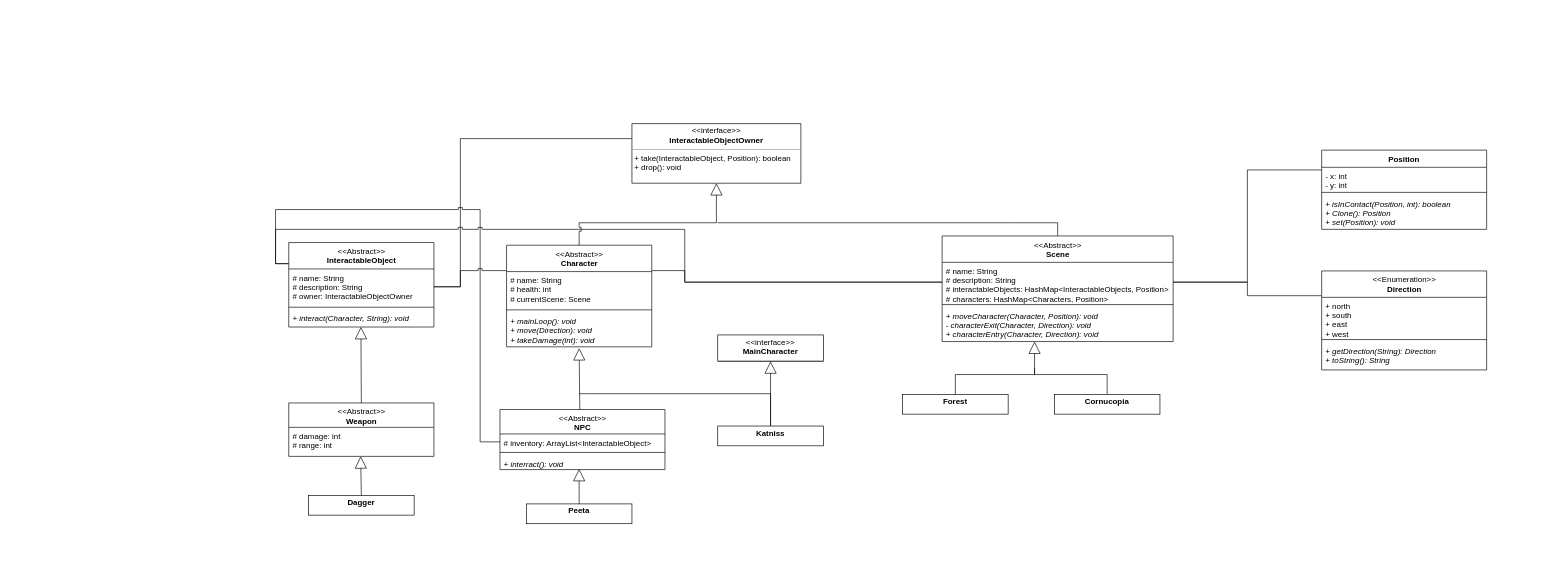
Earlier version of the draw.io diagram ClassDiagram.drawio (Hussain-Aziz/Hunger-Games-Simulator). Source tidied: cells renumbered, new cells numbered last; positions are measured from the earlier drawing's top-left corner, leaving out a move shared by most shapes. Both pictures are drawn from the tidied source at 66%, with x=0, y=0 at pixel (275, 123).
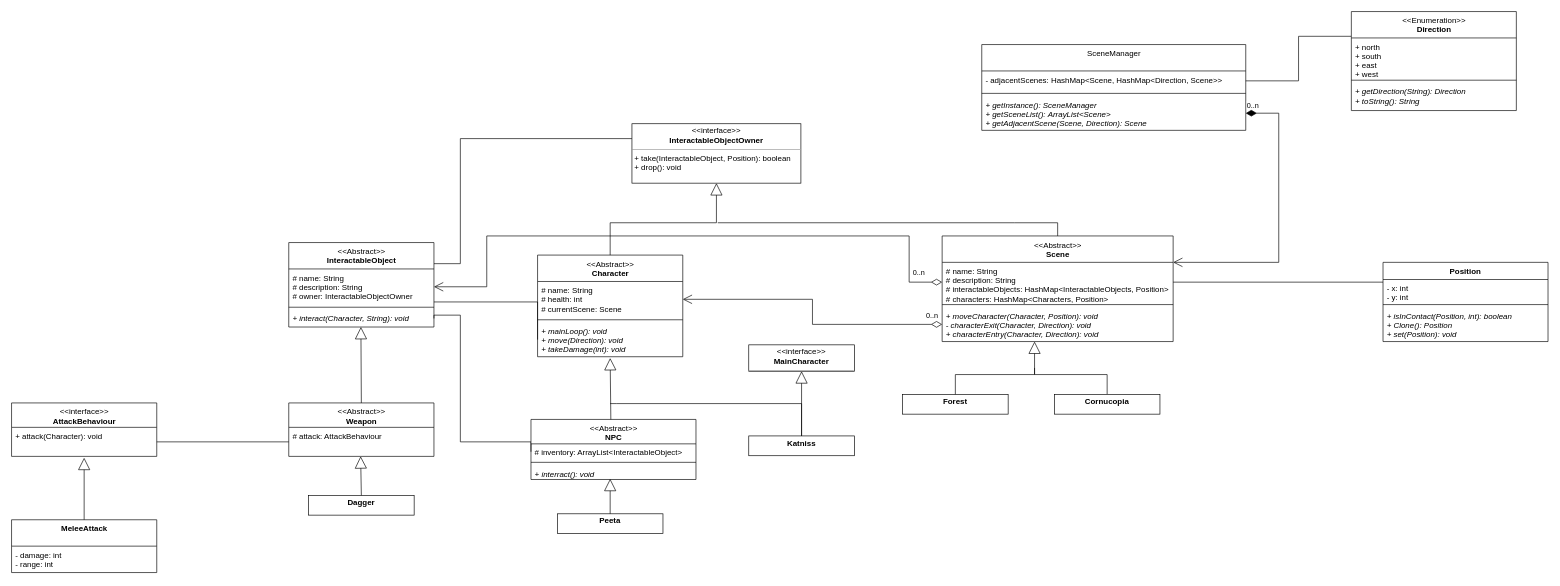
The same diagram, later.

The change refers to these unchanged cells:
```xml
<mxCell id="3" value="&lt;p style=&quot;margin:0px;margin-top:4px;text-align:center;&quot;&gt;&amp;lt;&amp;lt;interface&amp;gt;&amp;gt;&lt;br&gt;&lt;b&gt;InteractableObjectOwner&lt;/b&gt;&lt;/p&gt;&lt;hr size=&quot;1&quot;&gt;&lt;p style=&quot;margin:0px;margin-left:4px;&quot;&gt;+ take(InteractableObject, Position): boolean&lt;/p&gt;&lt;p style=&quot;margin:0px;margin-left:4px;&quot;&gt;+ drop(): void&lt;/p&gt;" style="verticalAlign=top;align=left;overflow=fill;fontSize=12;fontFamily=Helvetica;html=1;" parent="1" vertex="1">
  <mxGeometry x="540" width="256" height="90" as="geometry" />
</mxCell>
<mxCell id="7" value="&lt;span style=&quot;font-weight: normal;&quot;&gt;&amp;lt;&amp;lt;Abstract&amp;gt;&amp;gt;&lt;/span&gt;&lt;br&gt;InteractableObject" style="swimlane;fontStyle=1;align=center;verticalAlign=top;horizontal=1;startSize=40;html=1;" parent="1" vertex="1">
  <mxGeometry x="20" y="180" width="220" height="128" as="geometry" />
</mxCell>
<mxCell id="8" value="# name: String&#10;# description: String&#10;# owner: InteractableObjectOwner" style="text;strokeColor=none;fillColor=none;align=left;verticalAlign=top;spacingLeft=4;spacingRight=4;overflow=hidden;points=[[0,0.5],[1,0.5]];portConstraint=eastwest;" parent="7" vertex="1">
  <mxGeometry y="40" width="220" height="54" as="geometry" />
</mxCell>
<mxCell id="10" value="+ interact(Character, String): void" style="text;strokeColor=none;fillColor=none;align=left;verticalAlign=top;spacingLeft=4;spacingRight=4;overflow=hidden;points=[[0,0.5],[1,0.5]];portConstraint=eastwest;fontStyle=2;" parent="7" vertex="1">
  <mxGeometry y="102" width="220" height="26" as="geometry" />
</mxCell>
<mxCell id="11" value="&lt;span style=&quot;font-weight: normal;&quot;&gt;&amp;lt;&amp;lt;Abstract&amp;gt;&amp;gt;&lt;/span&gt;&lt;br&gt;Weapon" style="swimlane;fontStyle=1;align=center;verticalAlign=top;horizontal=1;startSize=37;html=1;" parent="1" vertex="1">
  <mxGeometry x="20" y="423" width="220" height="81" as="geometry" />
</mxCell>
<mxCell id="17" value="# name: String&#10;# health: int&#10;# currentScene: Scene" style="text;strokeColor=none;fillColor=none;align=left;verticalAlign=top;spacingLeft=4;spacingRight=4;overflow=hidden;points=[[0,0.5],[1,0.5]];portConstraint=eastwest;" parent="16" vertex="1">
  <mxGeometry y="40" width="220" height="54" as="geometry" />
</mxCell>
<mxCell id="19" value="+ mainLoop(): void&#10;+ move(Direction): void&#10;+ takeDamage(int): void" style="text;strokeColor=none;fillColor=none;align=left;verticalAlign=top;spacingLeft=4;spacingRight=4;overflow=hidden;points=[[0,0.5],[1,0.5]];portConstraint=eastwest;fontStyle=2;" parent="16" vertex="1">
  <mxGeometry y="102" width="220" height="52" as="geometry" />
</mxCell>
<mxCell id="21" value="# inventory: ArrayList&lt;InteractableObject&gt;" style="text;strokeColor=none;fillColor=none;align=left;verticalAlign=top;spacingLeft=4;spacingRight=4;overflow=hidden;points=[[0,0.5],[1,0.5]];portConstraint=eastwest;" parent="20" vertex="1">
  <mxGeometry y="37" width="250" height="24" as="geometry" />
</mxCell>
<mxCell id="34" value="&lt;span style=&quot;font-weight: normal;&quot;&gt;&amp;lt;&amp;lt;Abstract&amp;gt;&amp;gt;&lt;/span&gt;&lt;br&gt;Scene" style="swimlane;fontStyle=1;align=center;verticalAlign=top;horizontal=1;startSize=40;html=1;" parent="1" vertex="1">
  <mxGeometry x="1010" y="170" width="350" height="160" as="geometry" />
</mxCell>
<mxCell id="35" value="# name: String&#10;# description: String&#10;# interactableObjects: HashMap&lt;InteractableObjects, Position&gt;&#10;# characters: HashMap&lt;Characters, Position&gt;&#10;# sceneSize: int" style="text;strokeColor=none;fillColor=none;align=left;verticalAlign=top;spacingLeft=4;spacingRight=4;overflow=hidden;points=[[0,0.5],[1,0.5]];portConstraint=eastwest;" parent="34" vertex="1">
  <mxGeometry y="40" width="350" height="60" as="geometry" />
</mxCell>
<mxCell id="37" value="+ moveCharacter(Character, Position): void&#10;- characterExit(Character, Direction): void&#10;+ characterEntry(Character, Direction): void" style="text;strokeColor=none;fillColor=none;align=left;verticalAlign=top;spacingLeft=4;spacingRight=4;overflow=hidden;points=[[0,0.5],[1,0.5]];portConstraint=eastwest;fontStyle=2;" parent="34" vertex="1">
  <mxGeometry y="108" width="350" height="52" as="geometry" />
</mxCell>
```

The edit, as a diff of the source:
```diff
@@
-    <mxCell id="2" style="edgeStyle=orthogonalEdgeStyle;rounded=0;jettySize=auto;html=1;exitX=0;exitY=0.25;exitDx=0;exitDy=0;entryX=1;entryY=0.5;entryDx=0;entryDy=0;endArrow=none;endFill=0;jumpStyle=sharp;" parent="1" edge="1" source="3" target="8">
+    <mxCell id="2" style="edgeStyle=orthogonalEdgeStyle;rounded=0;jettySize=auto;html=1;exitX=0;exitY=0.25;exitDx=0;exitDy=0;entryX=1;entryY=0.25;entryDx=0;entryDy=0;endArrow=none;endFill=0;jumpStyle=sharp;" parent="1" edge="1" source="3" target="7">
       <mxGeometry relative="1" as="geometry">
         <Array as="points">
-          <mxPoint x="280" y="22" />
-          <mxPoint x="280" y="247" />
+          <mxPoint x="280" y="23" />
+          <mxPoint x="280" y="212" />
         </Array>
       </mxGeometry>
     </mxCell>
@@
     <mxCell id="4" value="&lt;p style=&quot;margin:0px;margin-top:4px;text-align:center;&quot;&gt;&amp;lt;&amp;lt;interface&amp;gt;&amp;gt;&lt;br&gt;&lt;b&gt;MainCharacter&lt;/b&gt;&lt;/p&gt;&lt;hr size=&quot;1&quot;&gt;&lt;p style=&quot;margin:0px;margin-left:4px;&quot;&gt;&lt;br&gt;&lt;/p&gt;" style="verticalAlign=top;align=left;overflow=fill;fontSize=12;fontFamily=Helvetica;html=1;" parent="1" vertex="1">
-      <mxGeometry x="670" y="320" width="160" height="40" as="geometry" />
+      <mxGeometry x="717" y="335" width="160" height="40" as="geometry" />
     </mxCell>
-    <mxCell id="5" style="edgeStyle=orthogonalEdgeStyle;rounded=0;jettySize=auto;html=1;exitX=0;exitY=0.25;exitDx=0;exitDy=0;entryX=0;entryY=0.5;entryDx=0;entryDy=0;endArrow=none;endFill=0;jumpStyle=sharp;" parent="1" edge="1" source="7" target="21">
+    <mxCell id="5" style="edgeStyle=orthogonalEdgeStyle;rounded=0;jettySize=auto;html=1;exitX=1;exitY=0.5;exitDx=0;exitDy=0;entryX=0;entryY=0.5;entryDx=0;entryDy=0;endArrow=none;endFill=0;jumpStyle=sharp;" parent="1" edge="1" source="10" target="21">
       <mxGeometry relative="1" as="geometry">
         <Array as="points">
-          <mxPoint y="212" />
-          <mxPoint y="130" />
-          <mxPoint x="310" y="130" />
-          <mxPoint x="310" y="482" />
+          <mxPoint x="240" y="290" />
+          <mxPoint x="280" y="290" />
+          <mxPoint x="280" y="482" />
+          <mxPoint x="387" y="482" />
         </Array>
       </mxGeometry>
     </mxCell>
-    <mxCell id="6" style="edgeStyle=orthogonalEdgeStyle;rounded=0;jumpStyle=sharp;jettySize=auto;html=1;exitX=0;exitY=0.25;exitDx=0;exitDy=0;entryX=0;entryY=0.5;entryDx=0;entryDy=0;endArrow=none;endFill=0;" parent="1" edge="1" source="7" target="35">
-      <mxGeometry relative="1" as="geometry">
-        <Array as="points">
-          <mxPoint y="212" />
-          <mxPoint y="160" />
-          <mxPoint x="620" y="160" />
-          <mxPoint x="620" y="240" />
-        </Array>
-      </mxGeometry>
-    </mxCell>
@@
-    <mxCell id="12" value="# damage: int&#10;# range: int" style="text;strokeColor=none;fillColor=none;align=left;verticalAlign=top;spacingLeft=4;spacingRight=4;overflow=hidden;points=[[0,0.5],[1,0.5]];portConstraint=eastwest;" parent="11" vertex="1">
+    <mxCell id="12" value="# attack: AttackBehaviour" style="text;strokeColor=none;fillColor=none;align=left;verticalAlign=top;spacingLeft=4;spacingRight=4;overflow=hidden;points=[[0,0.5],[1,0.5]];portConstraint=eastwest;" parent="11" vertex="1">
       <mxGeometry y="37" width="220" height="44" as="geometry" />
     </mxCell>
@@
-    <mxCell id="14" style="edgeStyle=orthogonalEdgeStyle;rounded=0;jettySize=auto;html=1;exitX=0;exitY=0.25;exitDx=0;exitDy=0;entryX=1;entryY=0.5;entryDx=0;entryDy=0;endArrow=none;endFill=0;jumpStyle=sharp;" parent="1" edge="1" source="16" target="8">
-      <mxGeometry relative="1" as="geometry">
-        <Array as="points">
-          <mxPoint x="280" y="223" />
-          <mxPoint x="280" y="247" />
-        </Array>
-      </mxGeometry>
-    </mxCell>
-    <mxCell id="15" style="edgeStyle=orthogonalEdgeStyle;rounded=0;jumpStyle=sharp;jettySize=auto;html=1;exitX=1;exitY=0.25;exitDx=0;exitDy=0;entryX=0;entryY=0.5;entryDx=0;entryDy=0;endArrow=none;endFill=0;" parent="1" edge="1" source="16" target="35">
-      <mxGeometry relative="1" as="geometry">
-        <Array as="points">
-          <mxPoint x="620" y="223" />
-          <mxPoint x="620" y="240" />
-        </Array>
-      </mxGeometry>
-    </mxCell>
     <mxCell id="16" value="&lt;span style=&quot;font-style: normal;&quot;&gt;&lt;span style=&quot;font-weight: normal;&quot;&gt;&amp;lt;&amp;lt;Abstract&amp;gt;&amp;gt;&lt;/span&gt;&lt;br&gt;Character&lt;/span&gt;" style="swimlane;fontStyle=3;align=center;verticalAlign=top;horizontal=1;startSize=40;html=1;" parent="1" vertex="1">
-      <mxGeometry x="350" y="184" width="220" height="154" as="geometry" />
+      <mxGeometry x="397" y="199" width="220" height="154" as="geometry" />
     </mxCell>
@@
     <mxCell id="20" value="&lt;span style=&quot;font-weight: normal;&quot;&gt;&amp;lt;&amp;lt;Abstract&amp;gt;&amp;gt;&lt;/span&gt;&lt;br&gt;NPC" style="swimlane;fontStyle=1;align=center;verticalAlign=top;horizontal=1;startSize=37;html=1;" parent="1" vertex="1">
-      <mxGeometry x="340" y="433" width="250" height="91" as="geometry" />
+      <mxGeometry x="387" y="448" width="250" height="91" as="geometry" />
     </mxCell>
@@
     <mxCell id="24" style="edgeStyle=orthogonalEdgeStyle;rounded=0;jettySize=auto;html=1;exitX=0.5;exitY=0;exitDx=0;exitDy=0;endArrow=none;endFill=0;" parent="1" edge="1" source="25">
       <mxGeometry relative="1" as="geometry">
-        <mxPoint x="460" y="409" as="targetPoint" />
+        <mxPoint x="507" y="424" as="targetPoint" />
         <Array as="points">
-          <mxPoint x="750" y="409" />
-          <mxPoint x="470" y="409" />
+          <mxPoint x="797" y="424" />
+          <mxPoint x="517" y="424" />
         </Array>
       </mxGeometry>
     </mxCell>
     <mxCell id="25" value="&lt;p style=&quot;margin:0px;margin-top:4px;text-align:center;&quot;&gt;&lt;b&gt;Katniss&lt;/b&gt;&lt;/p&gt;" style="verticalAlign=top;align=left;overflow=fill;fontSize=12;fontFamily=Helvetica;html=1;" parent="1" vertex="1">
-      <mxGeometry x="670" y="458" width="160" height="30" as="geometry" />
+      <mxGeometry x="717" y="473" width="160" height="30" as="geometry" />
     </mxCell>
     <mxCell id="26" value="&lt;p style=&quot;margin:0px;margin-top:4px;text-align:center;&quot;&gt;&lt;b&gt;Peeta&lt;/b&gt;&lt;/p&gt;" style="verticalAlign=top;align=left;overflow=fill;fontSize=12;fontFamily=Helvetica;html=1;" parent="1" vertex="1">
-      <mxGeometry x="380" y="576" width="160" height="30" as="geometry" />
+      <mxGeometry x="427" y="591" width="160" height="30" as="geometry" />
     </mxCell>
@@
     <mxCell id="29" style="endArrow=block;endSize=16;endFill=0;html=1;rounded=0;exitX=0.5;exitY=0;exitDx=0;exitDy=0;" parent="1" edge="1" source="26">
       <mxGeometry x="0.12" y="-80" relative="1" as="geometry">
-        <mxPoint x="460" y="523" as="targetPoint" />
+        <mxPoint x="507" y="538" as="targetPoint" />
       </mxGeometry>
     </mxCell>
     <mxCell id="30" style="endArrow=block;endSize=16;endFill=0;html=1;rounded=0;exitX=0.5;exitY=0;exitDx=0;exitDy=0;" parent="1" edge="1">
       <mxGeometry x="0.12" y="-80" relative="1" as="geometry">
-        <mxPoint x="461" y="433" as="sourcePoint" />
-        <mxPoint x="460" y="340" as="targetPoint" />
+        <mxPoint x="508" y="448" as="sourcePoint" />
+        <mxPoint x="507" y="355" as="targetPoint" />
       </mxGeometry>
     </mxCell>
     <mxCell id="31" style="endArrow=block;endSize=16;endFill=0;html=1;rounded=0;entryX=0.5;entryY=1;entryDx=0;entryDy=0;exitX=0.5;exitY=0;exitDx=0;exitDy=0;jumpStyle=sharp;" parent="1" edge="1" source="16" target="3">
       <mxGeometry x="0.12" y="-80" relative="1" as="geometry">
         <Array as="points">
-          <mxPoint x="460" y="150" />
+          <mxPoint x="507" y="150" />
           <mxPoint x="668" y="150" />
         </Array>
       </mxGeometry>
     </mxCell>
@@
     <mxCell id="43" value="Position" style="swimlane;fontStyle=1;align=center;verticalAlign=top;horizontal=1;startSize=26;" parent="1" vertex="1">
-      <mxGeometry x="1585" y="40" width="250" height="120" as="geometry" />
+      <mxGeometry x="1678" y="210" width="250" height="120" as="geometry" />
     </mxCell>
@@
-    <mxCell id="47" style="edgeStyle=orthogonalEdgeStyle;rounded=0;jettySize=auto;html=1;exitX=0;exitY=0.25;exitDx=0;exitDy=0;entryX=1;entryY=0.5;entryDx=0;entryDy=0;endArrow=none;endFill=0;" parent="1" edge="1" source="48" target="35">
+    <mxCell id="47" style="edgeStyle=orthogonalEdgeStyle;rounded=0;jettySize=auto;html=1;exitX=0;exitY=0.25;exitDx=0;exitDy=0;endArrow=none;endFill=0;" parent="1" edge="1" source="48" target="53">
       <mxGeometry relative="1" as="geometry" />
     </mxCell>
     <mxCell id="48" value="&lt;span style=&quot;font-weight: normal;&quot;&gt;&amp;lt;&amp;lt;Enumeration&amp;gt;&amp;gt;&lt;/span&gt;&lt;br&gt;Direction" style="swimlane;fontStyle=1;align=center;verticalAlign=top;horizontal=1;startSize=40;html=1;" parent="1" vertex="1">
-      <mxGeometry x="1585" y="223" width="250" height="150" as="geometry" />
+      <mxGeometry x="1630" y="-170" width="250" height="150" as="geometry" />
     </mxCell>
@@
+    <mxCell id="52" value="&lt;span style=&quot;font-weight: 400;&quot;&gt;SceneManager&lt;/span&gt;" style="swimlane;fontStyle=1;align=center;verticalAlign=top;horizontal=1;startSize=40;html=1;" parent="1" vertex="1">
+      <mxGeometry x="1070" y="-120" width="400" height="130" as="geometry" />
+    </mxCell>
+    <mxCell id="53" value="- adjacentScenes: HashMap&lt;Scene, HashMap&lt;Direction, Scene&gt;&gt;" style="text;strokeColor=none;fillColor=none;align=left;verticalAlign=top;spacingLeft=4;spacingRight=4;overflow=hidden;points=[[0,0.5],[1,0.5]];portConstraint=eastwest;" parent="52" vertex="1">
+      <mxGeometry y="40" width="400" height="30" as="geometry" />
+    </mxCell>
+    <mxCell id="54" style="line;strokeWidth=1;fillColor=none;align=left;verticalAlign=middle;spacingTop=-1;spacingLeft=3;spacingRight=3;labelPosition=right;strokeColor=inherit;" parent="52" vertex="1">
+      <mxGeometry y="70" width="400" height="8" as="geometry" />
+    </mxCell>
+    <mxCell id="55" value="+ getInstance(): SceneManager&#10;+ getSceneList(): ArrayList&lt;Scene&gt;&#10;+ getAdjacentScene(Scene, Direction): Scene" style="text;strokeColor=none;fillColor=none;align=left;verticalAlign=top;spacingLeft=4;spacingRight=4;overflow=hidden;points=[[0,0.5],[1,0.5]];portConstraint=eastwest;fontStyle=2;" parent="52" vertex="1">
+      <mxGeometry y="78" width="400" height="52" as="geometry" />
+    </mxCell>
+    <mxCell id="56" value="0..n" style="endArrow=open;html=1;endSize=12;startArrow=diamondThin;startSize=14;startFill=1;edgeStyle=orthogonalEdgeStyle;align=left;verticalAlign=bottom;rounded=0;exitX=1;exitY=0.5;exitDx=0;exitDy=0;entryX=1;entryY=0.25;entryDx=0;entryDy=0;" parent="1" edge="1" source="55" target="34">
+      <mxGeometry x="-1" y="3" relative="1" as="geometry">
+        <Array as="points">
+          <mxPoint x="1520" y="-16" />
+          <mxPoint x="1520" y="210" />
+        </Array>
+      </mxGeometry>
+    </mxCell>
+    <mxCell id="57" value="0..n" style="endArrow=open;html=1;endSize=12;startArrow=diamondThin;startSize=14;startFill=0;edgeStyle=orthogonalEdgeStyle;align=left;verticalAlign=bottom;rounded=0;exitX=0;exitY=0.5;exitDx=0;exitDy=0;entryX=1;entryY=0.5;entryDx=0;entryDy=0;" parent="1" edge="1" source="37" target="17">
+      <mxGeometry x="-0.88" y="-4" relative="1" as="geometry" />
+    </mxCell>
+    <mxCell id="58" style="edgeStyle=orthogonalEdgeStyle;rounded=0;jettySize=auto;html=1;exitX=0;exitY=0.5;exitDx=0;exitDy=0;endArrow=none;endFill=0;" parent="1" edge="1" source="19">
+      <mxGeometry relative="1" as="geometry">
+        <mxPoint x="240" y="270" as="targetPoint" />
+        <Array as="points">
+          <mxPoint x="397" y="270" />
+        </Array>
+      </mxGeometry>
+    </mxCell>
+    <mxCell id="59" value="0..n" style="endArrow=open;html=1;endSize=12;startArrow=diamondThin;startSize=14;startFill=0;edgeStyle=orthogonalEdgeStyle;align=left;verticalAlign=bottom;rounded=0;exitX=0;exitY=0.5;exitDx=0;exitDy=0;entryX=1;entryY=0.5;entryDx=0;entryDy=0;" parent="1" edge="1" source="35" target="8">
+      <mxGeometry x="-0.88" y="-4" relative="1" as="geometry">
+        <Array as="points">
+          <mxPoint x="960" y="240" />
+          <mxPoint x="960" y="170" />
+          <mxPoint x="320" y="170" />
+          <mxPoint x="320" y="247" />
+        </Array>
+      </mxGeometry>
+    </mxCell>
+    <mxCell id="60" value="&lt;span style=&quot;font-weight: normal;&quot;&gt;&amp;lt;&amp;lt;interface&amp;gt;&amp;gt;&lt;/span&gt;&lt;br&gt;AttackBehaviour" style="swimlane;fontStyle=1;align=center;verticalAlign=top;horizontal=1;startSize=37;html=1;" parent="1" vertex="1">
+      <mxGeometry x="-400" y="423" width="220" height="81" as="geometry" />
+    </mxCell>
+    <mxCell id="61" value="+ attack(Character): void" style="text;strokeColor=none;fillColor=none;align=left;verticalAlign=top;spacingLeft=4;spacingRight=4;overflow=hidden;points=[[0,0.5],[1,0.5]];portConstraint=eastwest;" parent="60" vertex="1">
+      <mxGeometry y="37" width="220" height="44" as="geometry" />
+    </mxCell>
+    <mxCell id="62" style="edgeStyle=orthogonalEdgeStyle;rounded=0;jettySize=auto;html=1;exitX=1;exitY=0.5;exitDx=0;exitDy=0;entryX=0;entryY=0.5;entryDx=0;entryDy=0;endArrow=none;endFill=0;" parent="1" edge="1" source="61" target="12">
+      <mxGeometry relative="1" as="geometry" />
+    </mxCell>
+    <mxCell id="63" value="MeleeAttack" style="swimlane;fontStyle=1;align=center;verticalAlign=top;horizontal=1;startSize=40;html=1;" parent="1" vertex="1">
+      <mxGeometry x="-400" y="600" width="220" height="80" as="geometry" />
+    </mxCell>
+    <mxCell id="64" value="- damage: int&#10;- range: int" style="text;strokeColor=none;fillColor=none;align=left;verticalAlign=top;spacingLeft=4;spacingRight=4;overflow=hidden;" parent="63" vertex="1">
+      <mxGeometry y="40" width="220" height="40" as="geometry" />
+    </mxCell>
+    <mxCell id="65" style="endArrow=block;endSize=16;endFill=0;html=1;rounded=0;exitX=0.5;exitY=0;exitDx=0;exitDy=0;entryX=0.5;entryY=1.047;entryDx=0;entryDy=0;entryPerimeter=0;" parent="1" edge="1" source="63" target="61">
+      <mxGeometry x="0.12" y="-80" relative="1" as="geometry" />
+    </mxCell>
```
